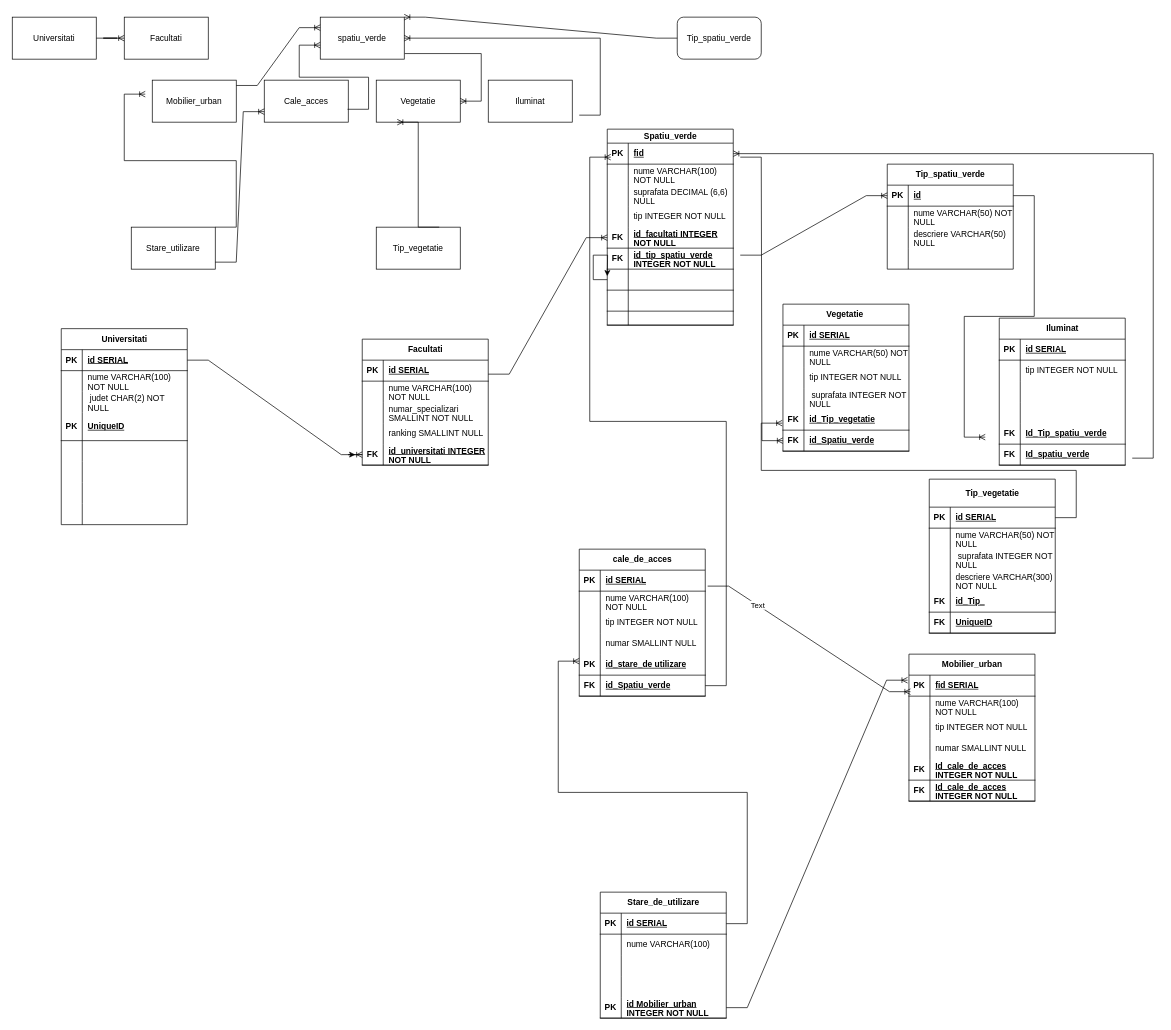
Before: page "Pagină-1" (1 of 2) of Diagramă fără titlu.drawio in AlexGorauvt/examen-sem-1, a draw.io diagram. Source tidied: cells renumbered, new cells numbered last; positions are measured from the earlier drawing's top-left corner, leaving out a move shared by most shapes. Both pictures are drawn from the tidied source at 70%, with x=0, y=0 at pixel (-232, 17).
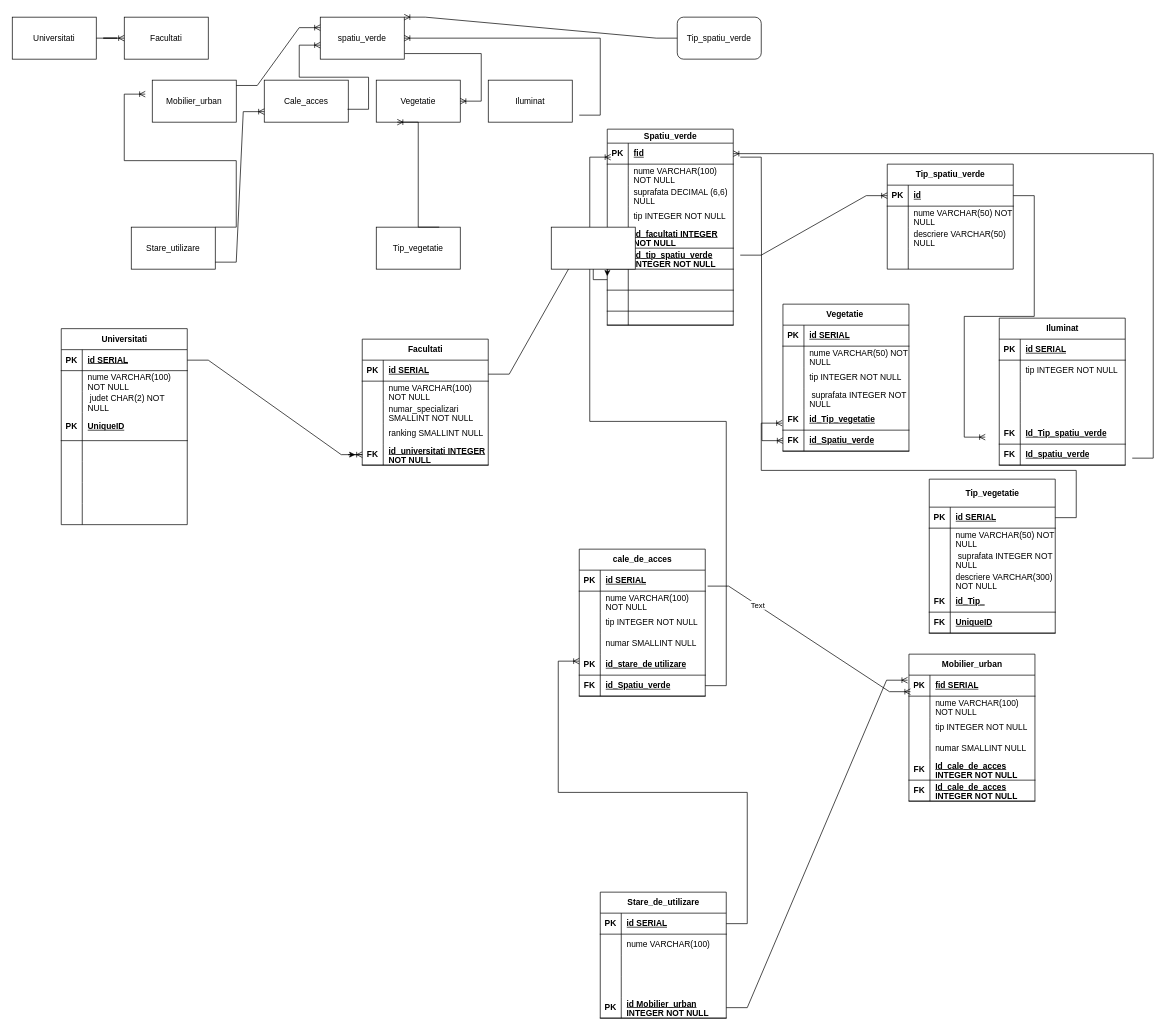
After the change.

Commit message:
24.11 diagrama pagina 2

The edit, as a diff of the source:
```diff
@@
+    <mxCell id="228" style="whiteSpace=wrap;html=1;" parent="1" vertex="1">
+      <mxGeometry x="1119" y="300" width="120" height="60" as="geometry" />
+    </mxCell>
```
